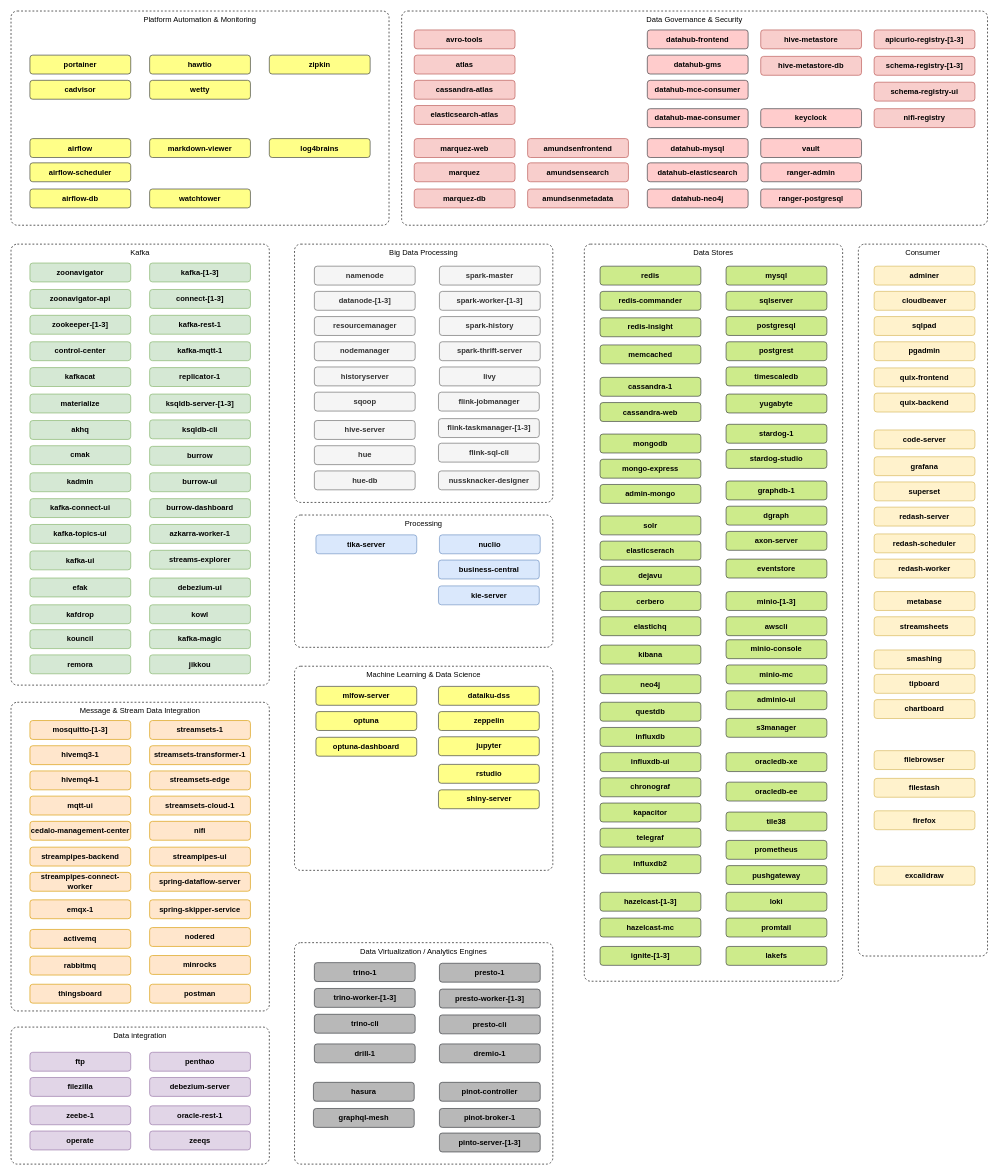
TrivadisPF/platys-modern-data-platform keeps this draw.io diagram as page "Services" (1 of 4) of documentation/drawio/modern-data-platform.drawio. Above is the earlier version. Source tidied: cells renumbered, new cells numbered last; positions are measured from the earlier drawing's top-left corner, leaving out a move shared by most shapes. Both pictures are drawn from the tidied source at 63%, with x=0, y=0 at pixel (11, 11).
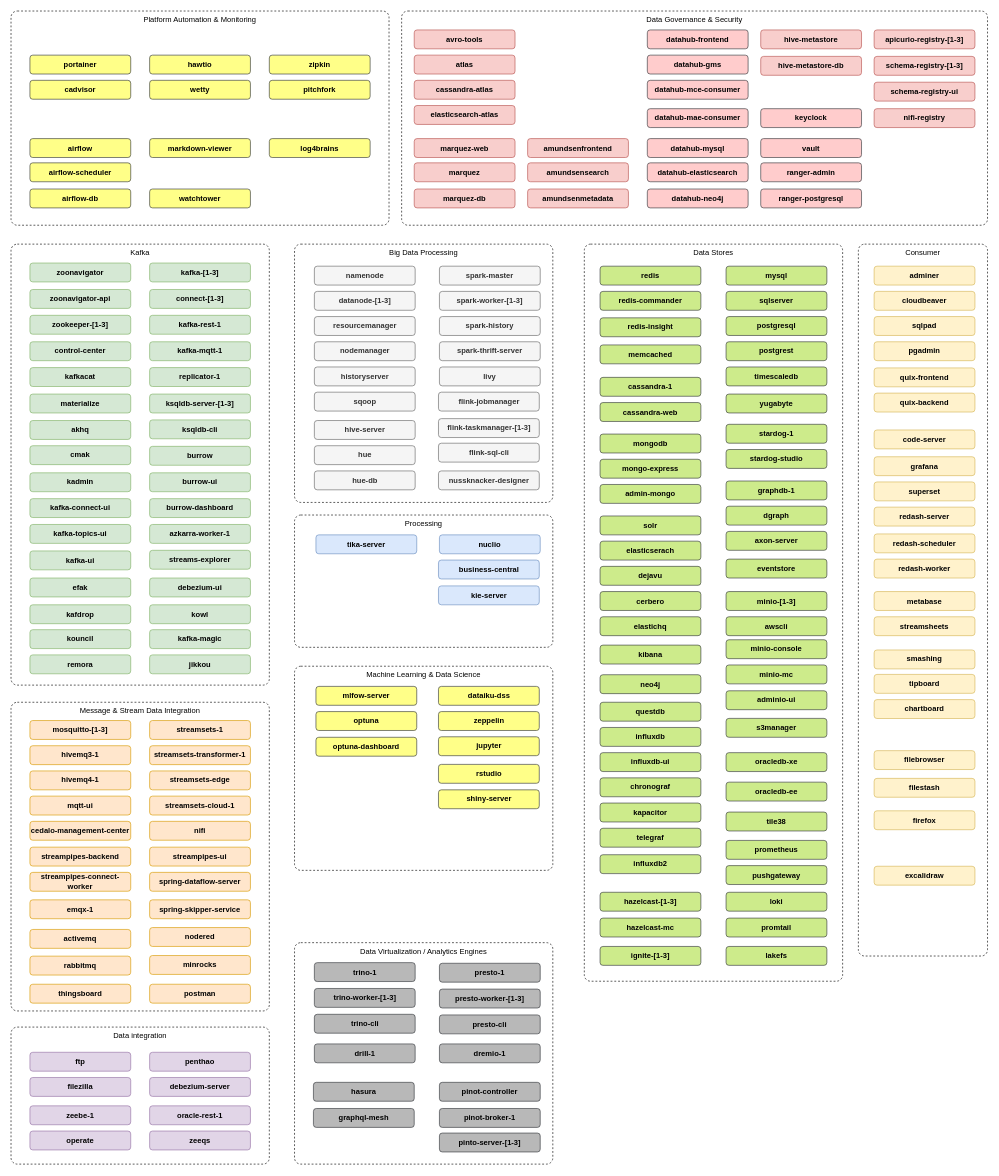
The same page after the edit.

The edit, as a diff of the source:
```diff
@@
+    <mxCell id="230" value="pitchfork" style="rounded=1;whiteSpace=wrap;html=1;fillColor=#ffff88;strokeColor=#36393d;fontStyle=1;" parent="1" vertex="1">
+      <mxGeometry x="410" y="110" width="160" height="30" as="geometry" />
+    </mxCell>
```
